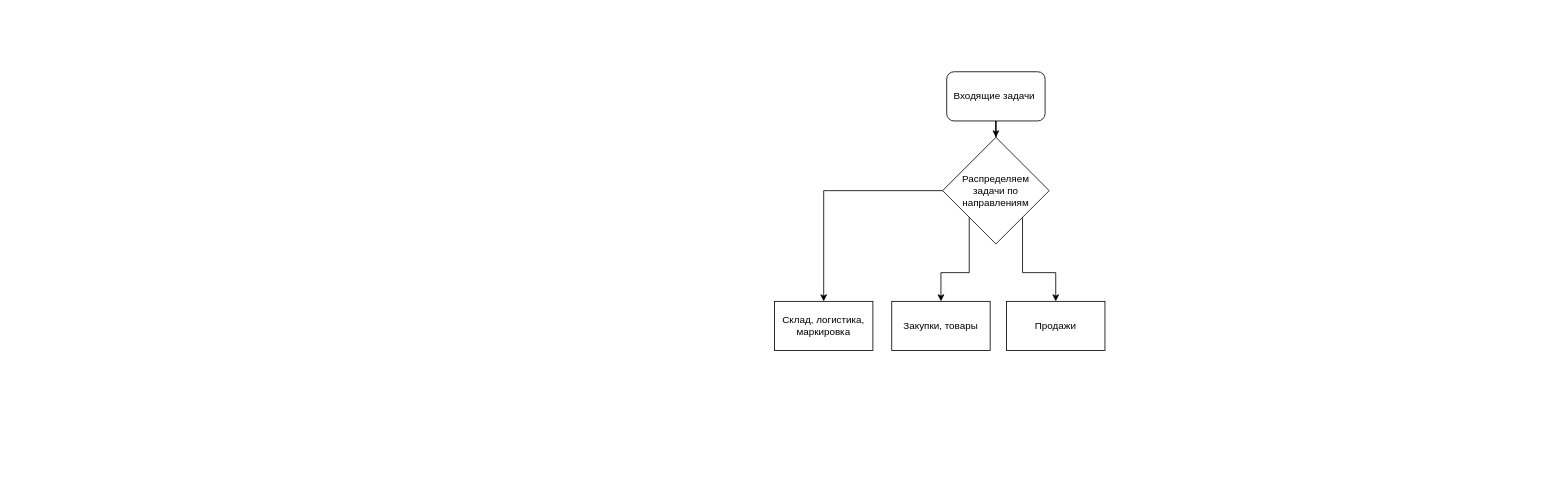
Before: Разделение обязанности и входящие задачи.drawio in iLimberg/BlackTyres, a draw.io diagram. Source tidied: cells renumbered, new cells numbered last; positions are measured from the earlier drawing's top-left corner, leaving out a move shared by most shapes. Both pictures are drawn from the tidied source at 82%, with x=0, y=0 at pixel (774, 71).
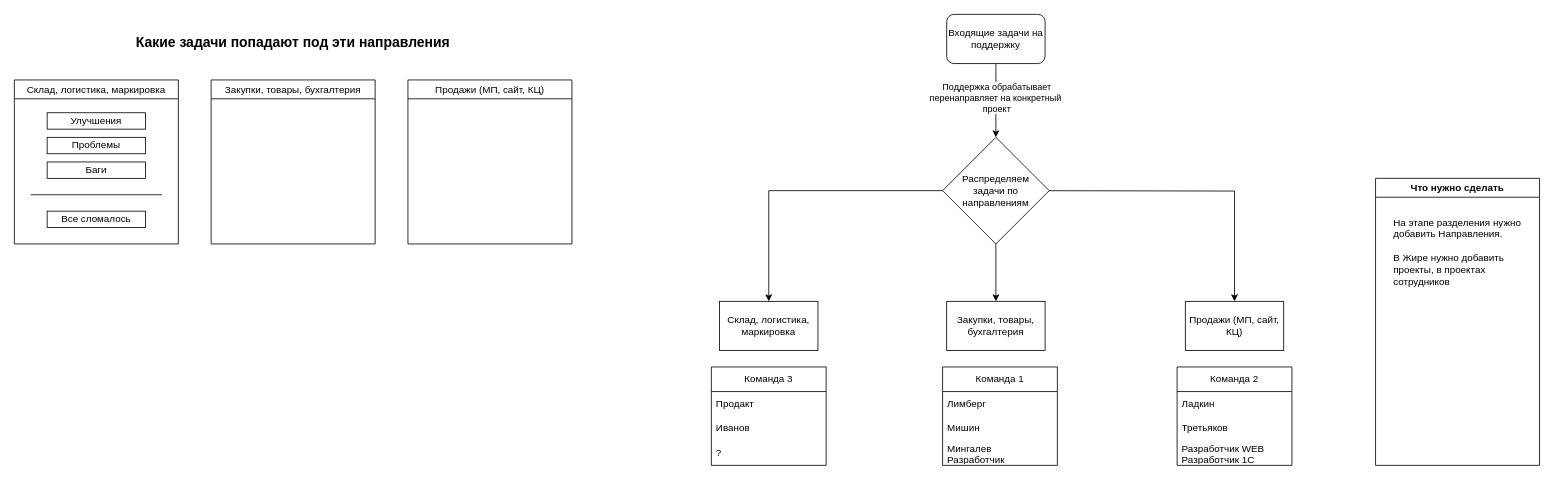
The same page after the edit.

The change refers to these unchanged cells:
```xml
<mxCell id="2" style="edgeStyle=orthogonalEdgeStyle;rounded=0;jettySize=auto;html=1;" parent="1" edge="1" source="3" target="7">
  <mxGeometry relative="1" as="geometry" />
</mxCell>
<mxCell id="7" value="Распределяем&lt;div&gt;задачи по направлениям&lt;/div&gt;" style="rhombus;whiteSpace=wrap;html=1;" parent="1" vertex="1">
  <mxGeometry x="205" y="80" width="130" height="130" as="geometry" />
</mxCell>
```

What changed in the source:
```diff
@@
+    <mxCell id="11" value="Поддержка обрабатывает&lt;div&gt;перенаправляет на конкретный&amp;nbsp;&lt;/div&gt;&lt;div&gt;проект&lt;/div&gt;" style="edgeLabel;html=1;align=center;verticalAlign=middle;" parent="2" vertex="1">
+      <mxGeometry x="-0.09" relative="1" as="geometry" />
+    </mxCell>
-    <mxCell id="3" value="Входящие задачи&amp;nbsp;" style="rounded=1;whiteSpace=wrap;html=1;" parent="1" vertex="1">
-      <mxGeometry x="210" width="120" height="60" as="geometry" />
+    <mxCell id="3" value="Входящие задачи на поддержку" style="rounded=1;whiteSpace=wrap;html=1;" parent="1" vertex="1">
+      <mxGeometry x="210" y="-70" width="120" height="60" as="geometry" />
     </mxCell>
@@
-    <mxCell id="5" style="edgeStyle=orthogonalEdgeStyle;rounded=0;jettySize=auto;html=1;exitX=0;exitY=1;exitDx=0;exitDy=0;" parent="1" edge="1" source="7" target="9">
+    <mxCell id="5" style="edgeStyle=orthogonalEdgeStyle;rounded=0;jettySize=auto;html=1;exitX=0.5;exitY=1;exitDx=0;exitDy=0;" parent="1" edge="1" source="7" target="9">
       <mxGeometry relative="1" as="geometry" />
     </mxCell>
-    <mxCell id="6" style="edgeStyle=orthogonalEdgeStyle;rounded=0;jettySize=auto;html=1;exitX=1;exitY=1;exitDx=0;exitDy=0;entryX=0.5;entryY=0;entryDx=0;entryDy=0;" parent="1" edge="1" source="7" target="10">
-      <mxGeometry relative="1" as="geometry" />
+    <mxCell id="6" style="edgeStyle=orthogonalEdgeStyle;rounded=0;jettySize=auto;html=1;exitX=1;exitY=0.5;exitDx=0;exitDy=0;entryX=0.5;entryY=0;entryDx=0;entryDy=0;" parent="1" edge="1" target="10">
+      <mxGeometry relative="1" as="geometry">
+        <mxPoint x="303" y="145" as="sourcePoint" />
+      </mxGeometry>
     </mxCell>
@@
     <mxCell id="8" value="Склад, логистика, маркировка" style="whiteSpace=wrap;html=1;" parent="1" vertex="1">
-      <mxGeometry y="280" width="120" height="60" as="geometry" />
+      <mxGeometry x="-67" y="280" width="120" height="60" as="geometry" />
     </mxCell>
-    <mxCell id="9" value="Закупки, товары" style="whiteSpace=wrap;html=1;" parent="1" vertex="1">
-      <mxGeometry x="143" y="280" width="120" height="60" as="geometry" />
+    <mxCell id="9" value="Закупки, товары, бухгалтерия" style="whiteSpace=wrap;html=1;" parent="1" vertex="1">
+      <mxGeometry x="210" y="280" width="120" height="60" as="geometry" />
     </mxCell>
-    <mxCell id="10" value="Продажи" style="whiteSpace=wrap;html=1;" parent="1" vertex="1">
-      <mxGeometry x="283" y="280" width="120" height="60" as="geometry" />
+    <mxCell id="10" value="Продажи (МП, сайт, КЦ)" style="whiteSpace=wrap;html=1;" parent="1" vertex="1">
+      <mxGeometry x="501" y="280" width="120" height="60" as="geometry" />
     </mxCell>
+    <mxCell id="12" value="Команда 2" style="swimlane;fontStyle=0;horizontal=1;startSize=30;whiteSpace=wrap;html=1;" parent="1" vertex="1">
+      <mxGeometry x="491" y="360" width="140" height="120" as="geometry" />
+    </mxCell>
+    <mxCell id="13" value="Ладкин" style="text;strokeColor=none;fillColor=none;align=left;verticalAlign=middle;spacingLeft=4;spacingRight=4;overflow=hidden;whiteSpace=wrap;html=1;" parent="12" vertex="1">
+      <mxGeometry y="30" width="140" height="30" as="geometry" />
+    </mxCell>
+    <mxCell id="14" value="Третьяков" style="text;strokeColor=none;fillColor=none;align=left;verticalAlign=middle;spacingLeft=4;spacingRight=4;overflow=hidden;whiteSpace=wrap;html=1;" parent="12" vertex="1">
+      <mxGeometry y="60" width="140" height="30" as="geometry" />
+    </mxCell>
+    <mxCell id="15" value="Разработчик WEB&lt;div&gt;Разработчик 1С&lt;/div&gt;" style="text;strokeColor=none;fillColor=none;align=left;verticalAlign=middle;spacingLeft=4;spacingRight=4;overflow=hidden;whiteSpace=wrap;html=1;" parent="12" vertex="1">
+      <mxGeometry y="90" width="140" height="30" as="geometry" />
+    </mxCell>
+    <mxCell id="16" value="Команда 1" style="swimlane;fontStyle=0;horizontal=1;startSize=30;whiteSpace=wrap;html=1;" parent="1" vertex="1">
+      <mxGeometry x="205" y="360" width="140" height="120" as="geometry" />
+    </mxCell>
+    <mxCell id="17" value="Лимберг" style="text;strokeColor=none;fillColor=none;align=left;verticalAlign=middle;spacingLeft=4;spacingRight=4;overflow=hidden;whiteSpace=wrap;html=1;" parent="16" vertex="1">
+      <mxGeometry y="30" width="140" height="30" as="geometry" />
+    </mxCell>
+    <mxCell id="18" value="Мишин" style="text;strokeColor=none;fillColor=none;align=left;verticalAlign=middle;spacingLeft=4;spacingRight=4;overflow=hidden;whiteSpace=wrap;html=1;" parent="16" vertex="1">
+      <mxGeometry y="60" width="140" height="30" as="geometry" />
+    </mxCell>
+    <mxCell id="19" value="Мингалев&lt;div&gt;Разработчик&lt;/div&gt;" style="text;strokeColor=none;fillColor=none;align=left;verticalAlign=middle;spacingLeft=4;spacingRight=4;overflow=hidden;whiteSpace=wrap;html=1;" parent="16" vertex="1">
+      <mxGeometry y="90" width="140" height="30" as="geometry" />
+    </mxCell>
+    <mxCell id="20" value="Команда 3" style="swimlane;fontStyle=0;horizontal=1;startSize=30;whiteSpace=wrap;html=1;" parent="1" vertex="1">
+      <mxGeometry x="-77" y="360" width="140" height="120" as="geometry" />
+    </mxCell>
+    <mxCell id="21" value="Продакт" style="text;strokeColor=none;fillColor=none;align=left;verticalAlign=middle;spacingLeft=4;spacingRight=4;overflow=hidden;whiteSpace=wrap;html=1;" parent="20" vertex="1">
+      <mxGeometry y="30" width="140" height="30" as="geometry" />
+    </mxCell>
+    <mxCell id="22" value="Иванов" style="text;strokeColor=none;fillColor=none;align=left;verticalAlign=middle;spacingLeft=4;spacingRight=4;overflow=hidden;whiteSpace=wrap;html=1;" parent="20" vertex="1">
+      <mxGeometry y="60" width="140" height="30" as="geometry" />
+    </mxCell>
+    <mxCell id="23" value="?" style="text;strokeColor=none;fillColor=none;align=left;verticalAlign=middle;spacingLeft=4;spacingRight=4;overflow=hidden;whiteSpace=wrap;html=1;" parent="20" vertex="1">
+      <mxGeometry y="90" width="140" height="30" as="geometry" />
+    </mxCell>
+    <mxCell id="24" value="&lt;span style=&quot;font-weight: 400;&quot;&gt;Склад, логистика, маркировка&lt;/span&gt;" style="swimlane;whiteSpace=wrap;html=1;" parent="1" vertex="1">
+      <mxGeometry x="-927" y="10" width="200" height="200" as="geometry" />
+    </mxCell>
+    <mxCell id="25" value="Проблемы" style="whiteSpace=wrap;html=1;" parent="24" vertex="1">
+      <mxGeometry x="40" y="70" width="120" height="20" as="geometry" />
+    </mxCell>
+    <mxCell id="26" value="Улучшения" style="whiteSpace=wrap;html=1;" parent="24" vertex="1">
+      <mxGeometry x="40" y="40" width="120" height="20" as="geometry" />
+    </mxCell>
+    <mxCell id="27" value="Баги" style="whiteSpace=wrap;html=1;" parent="24" vertex="1">
+      <mxGeometry x="40" y="100" width="120" height="20" as="geometry" />
+    </mxCell>
+    <mxCell id="28" value="Все сломалось" style="whiteSpace=wrap;html=1;" parent="24" vertex="1">
+      <mxGeometry x="40" y="160" width="120" height="20" as="geometry" />
+    </mxCell>
+    <mxCell id="29" value="&lt;span style=&quot;font-weight: 400;&quot;&gt;Закупки, товары, бухгалтерия&lt;/span&gt;" style="swimlane;whiteSpace=wrap;html=1;" parent="1" vertex="1">
+      <mxGeometry x="-687" y="10" width="200" height="200" as="geometry" />
+    </mxCell>
+    <mxCell id="30" value="&lt;span style=&quot;font-weight: 400;&quot;&gt;Продажи (МП, сайт, КЦ)&lt;/span&gt;" style="swimlane;whiteSpace=wrap;html=1;" parent="1" vertex="1">
+      <mxGeometry x="-447" y="10" width="200" height="200" as="geometry" />
+    </mxCell>
+    <mxCell id="31" value="Какие задачи попадают под эти направления" style="text;html=1;align=center;verticalAlign=middle;whiteSpace=wrap;rounded=0;fontStyle=1;fontSize=17;" parent="1" vertex="1">
+      <mxGeometry x="-927" y="-50" width="680" height="30" as="geometry" />
+    </mxCell>
+    <mxCell id="32" style="endArrow=none;html=1;rounded=0;" parent="1" edge="1">
+      <mxGeometry relative="1" as="geometry">
+        <mxPoint x="-907" y="150" as="sourcePoint" />
+        <mxPoint x="-747" y="150" as="targetPoint" />
+      </mxGeometry>
+    </mxCell>
+    <mxCell id="33" value="Что нужно сделать" style="swimlane;whiteSpace=wrap;html=1;" parent="1" vertex="1">
+      <mxGeometry x="733" y="130" width="200" height="350" as="geometry" />
+    </mxCell>
+    <mxCell id="34" value="На этапе разделения нужно добавить Направления.&lt;div&gt;&lt;br&gt;&lt;div&gt;В Жире нужно добавить проекты, в проектах сотрудников&lt;/div&gt;&lt;/div&gt;" style="text;html=1;align=left;verticalAlign=top;whiteSpace=wrap;rounded=0;" parent="33" vertex="1">
+      <mxGeometry x="20" y="40" width="160" height="290" as="geometry" />
+    </mxCell>
```
